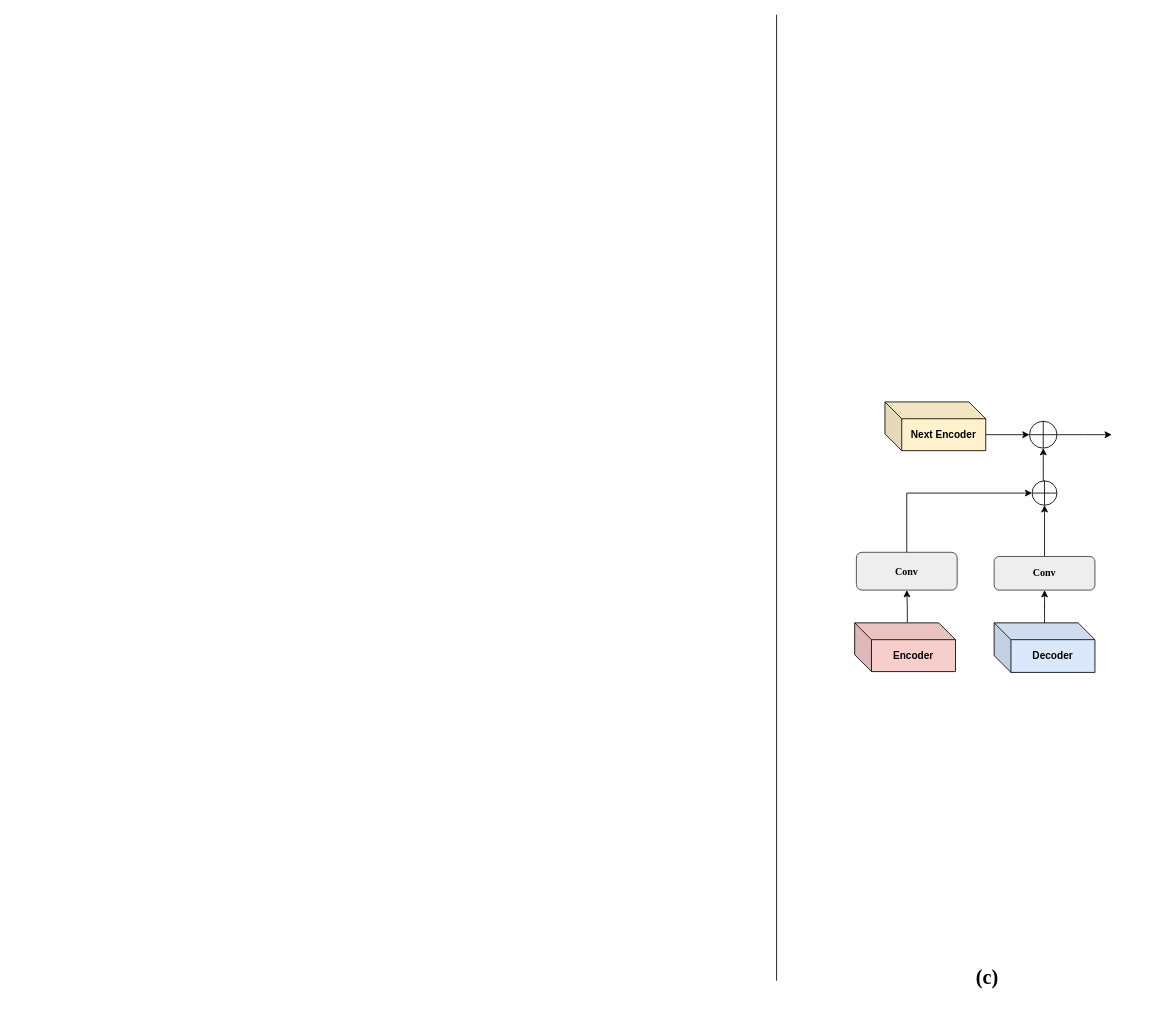
Earlier version of the draw.io diagram Supersive.drawio (user815886724/Drawio). Source tidied: cells renumbered, new cells numbered last; positions are measured from the earlier drawing's top-left corner, leaving out a move shared by most shapes. Both pictures are drawn from the tidied source at 84%, with x=0, y=0 at pixel (776, 14).
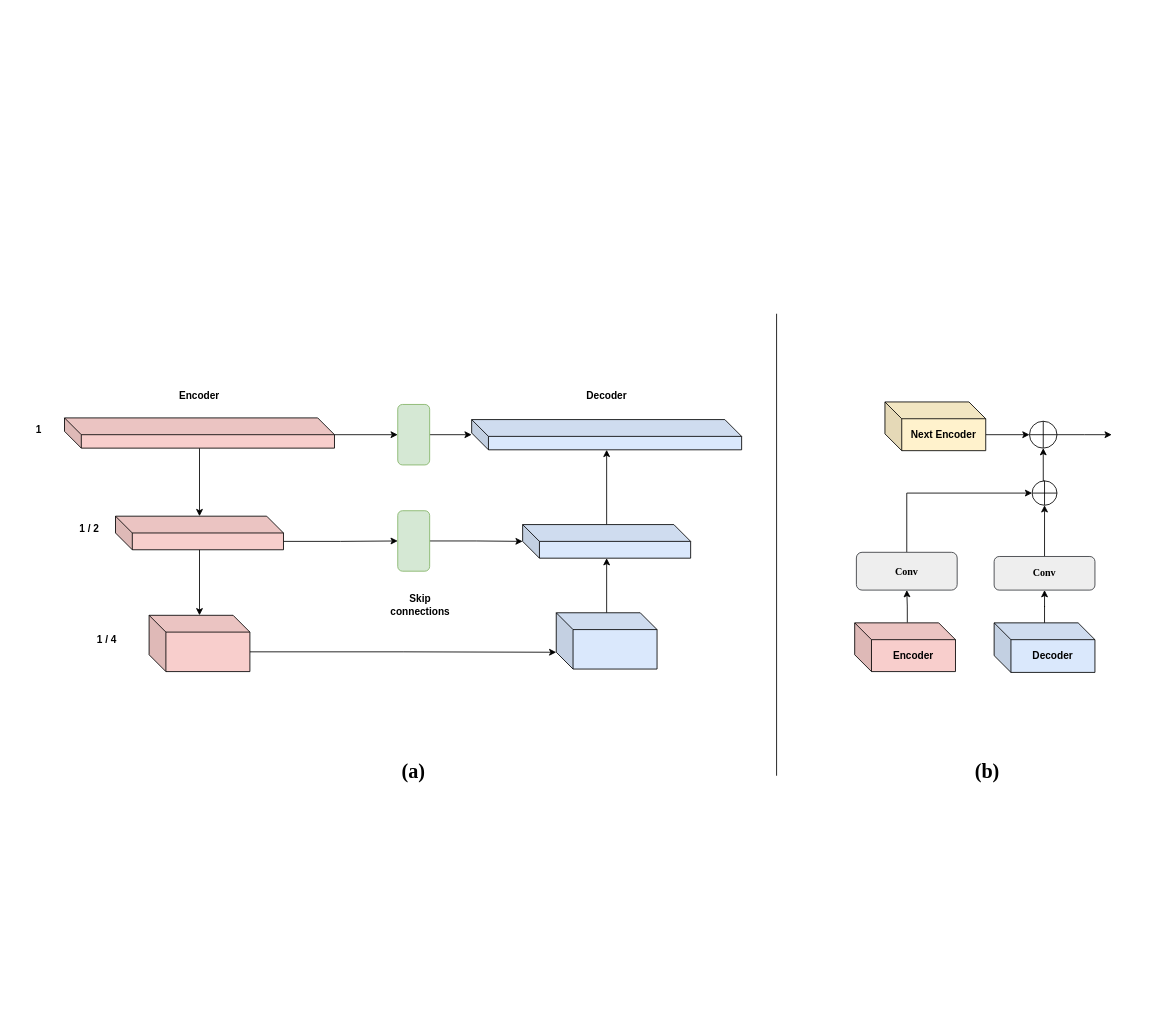
The same page after the edit.

Change to the diagram source:
```diff
@@
     <mxCell id="2" style="endArrow=none;html=1;rounded=0;fontStyle=1;" parent="1" edge="1">
       <mxGeometry relative="1" as="geometry">
-        <mxPoint y="1150" as="sourcePoint" />
-        <mxPoint as="targetPoint" />
+        <mxPoint y="906" as="sourcePoint" />
+        <mxPoint y="356" as="targetPoint" />
       </mxGeometry>
     </mxCell>
@@
-    <mxCell id="14" value="&lt;h1&gt;(c)&lt;/h1&gt;" style="text;html=1;strokeColor=none;fillColor=none;align=center;verticalAlign=middle;whiteSpace=wrap;rounded=0;fontFamily=Times New Roman;fontStyle=1;" parent="1" vertex="1">
-      <mxGeometry x="69" y="1102" width="364" height="90" as="geometry" />
+    <mxCell id="14" value="&lt;h1&gt;(b)&lt;/h1&gt;" style="text;html=1;strokeColor=none;fillColor=none;align=center;verticalAlign=middle;whiteSpace=wrap;rounded=0;fontFamily=Times New Roman;fontStyle=1;" parent="1" vertex="1">
+      <mxGeometry x="69" y="856" width="364" height="90" as="geometry" />
     </mxCell>
@@
+    <mxCell id="18" style="edgeStyle=orthogonalEdgeStyle;rounded=0;jettySize=auto;html=1;exitX=0;exitY=0;exitDx=120;exitDy=43.5;exitPerimeter=0;entryX=0;entryY=0;entryDx=0;entryDy=47;entryPerimeter=0;" parent="1" edge="1" source="19" target="21">
+      <mxGeometry relative="1" as="geometry" />
+    </mxCell>
+    <mxCell id="19" style="shape=cube;whiteSpace=wrap;html=1;boundedLbl=1;backgroundOutline=1;darkOpacity=0.05;darkOpacity2=0.1;fillColor=#f8cecc;strokeColor=#000000;" parent="1" vertex="1">
+      <mxGeometry x="-747" y="715" width="120" height="67" as="geometry" />
+    </mxCell>
+    <mxCell id="20" style="edgeStyle=orthogonalEdgeStyle;rounded=0;jettySize=auto;html=1;" parent="1" edge="1" source="21" target="33">
+      <mxGeometry relative="1" as="geometry" />
+    </mxCell>
+    <mxCell id="21" style="shape=cube;whiteSpace=wrap;html=1;boundedLbl=1;backgroundOutline=1;darkOpacity=0.05;darkOpacity2=0.1;fillColor=#dae8fc;strokeColor=#000000;" parent="1" vertex="1">
+      <mxGeometry x="-262.3" y="712" width="120" height="67" as="geometry" />
+    </mxCell>
+    <mxCell id="22" style="edgeStyle=orthogonalEdgeStyle;rounded=0;jettySize=auto;html=1;" parent="1" edge="1" source="24" target="19">
+      <mxGeometry relative="1" as="geometry" />
+    </mxCell>
+    <mxCell id="23" style="edgeStyle=orthogonalEdgeStyle;rounded=0;jettySize=auto;html=1;exitX=0;exitY=0;exitDx=200;exitDy=30;exitPerimeter=0;" parent="1" edge="1" source="24" target="39">
+      <mxGeometry relative="1" as="geometry" />
+    </mxCell>
+    <mxCell id="24" style="shape=cube;whiteSpace=wrap;html=1;boundedLbl=1;backgroundOutline=1;darkOpacity=0.05;darkOpacity2=0.1;fillColor=#f8cecc;strokeColor=#000000;" parent="1" vertex="1">
+      <mxGeometry x="-787" y="597" width="200" height="40" as="geometry" />
+    </mxCell>
+    <mxCell id="25" style="edgeStyle=orthogonalEdgeStyle;rounded=0;jettySize=auto;html=1;" parent="1" edge="1" source="27" target="24">
+      <mxGeometry relative="1" as="geometry" />
+    </mxCell>
+    <mxCell id="26" style="edgeStyle=orthogonalEdgeStyle;rounded=0;jettySize=auto;html=1;exitX=0;exitY=0;exitDx=321.43;exitDy=20;exitPerimeter=0;entryX=0;entryY=0.5;entryDx=0;entryDy=0;" parent="1" edge="1" source="27" target="37">
+      <mxGeometry relative="1" as="geometry" />
+    </mxCell>
+    <mxCell id="27" style="shape=cube;whiteSpace=wrap;html=1;boundedLbl=1;backgroundOutline=1;darkOpacity=0.05;darkOpacity2=0.1;fillColor=#f8cecc;strokeColor=#000000;" parent="1" vertex="1">
+      <mxGeometry x="-847.7" y="480" width="321.4" height="36" as="geometry" />
+    </mxCell>
+    <mxCell id="28" value="&lt;b&gt;1&lt;/b&gt;" style="text;html=1;strokeColor=none;fillColor=none;align=center;verticalAlign=middle;whiteSpace=wrap;rounded=0;" parent="1" vertex="1">
+      <mxGeometry x="-907.7" y="480" width="60" height="30" as="geometry" />
+    </mxCell>
+    <mxCell id="29" value="&lt;b&gt;1 / 2&lt;/b&gt;" style="text;html=1;strokeColor=none;fillColor=none;align=center;verticalAlign=middle;whiteSpace=wrap;rounded=0;" parent="1" vertex="1">
+      <mxGeometry x="-847.7" y="597" width="60" height="30" as="geometry" />
+    </mxCell>
+    <mxCell id="30" value="&lt;b&gt;1 / 4&lt;/b&gt;" style="text;html=1;strokeColor=none;fillColor=none;align=center;verticalAlign=middle;whiteSpace=wrap;rounded=0;" parent="1" vertex="1">
+      <mxGeometry x="-827" y="729" width="60" height="30" as="geometry" />
+    </mxCell>
+    <mxCell id="31" value="&lt;b&gt;Encoder&lt;/b&gt;" style="text;html=1;strokeColor=none;fillColor=none;align=center;verticalAlign=middle;whiteSpace=wrap;rounded=0;" parent="1" vertex="1">
+      <mxGeometry x="-717" y="439" width="60" height="30" as="geometry" />
+    </mxCell>
+    <mxCell id="32" style="edgeStyle=orthogonalEdgeStyle;rounded=0;jettySize=auto;html=1;" parent="1" edge="1" source="33" target="34">
+      <mxGeometry relative="1" as="geometry" />
+    </mxCell>
+    <mxCell id="33" style="shape=cube;whiteSpace=wrap;html=1;boundedLbl=1;backgroundOutline=1;darkOpacity=0.05;darkOpacity2=0.1;fillColor=#dae8fc;strokeColor=#000000;" parent="1" vertex="1">
+      <mxGeometry x="-302.3" y="607" width="200" height="40" as="geometry" />
+    </mxCell>
+    <mxCell id="34" style="shape=cube;whiteSpace=wrap;html=1;boundedLbl=1;backgroundOutline=1;darkOpacity=0.05;darkOpacity2=0.1;fillColor=#dae8fc;strokeColor=#000000;" parent="1" vertex="1">
+      <mxGeometry x="-363" y="482" width="321.4" height="36" as="geometry" />
+    </mxCell>
+    <mxCell id="35" value="&lt;b&gt;Decoder&lt;/b&gt;" style="text;html=1;strokeColor=none;fillColor=none;align=center;verticalAlign=middle;whiteSpace=wrap;rounded=0;" parent="1" vertex="1">
+      <mxGeometry x="-232.3" y="439" width="60" height="30" as="geometry" />
+    </mxCell>
+    <mxCell id="36" style="edgeStyle=orthogonalEdgeStyle;rounded=0;jettySize=auto;html=1;" parent="1" edge="1" source="37" target="34">
+      <mxGeometry relative="1" as="geometry" />
+    </mxCell>
+    <mxCell id="37" style="rounded=1;whiteSpace=wrap;html=1;strokeColor=#82b366;fillColor=#d5e8d4;" parent="1" vertex="1">
+      <mxGeometry x="-451" y="464" width="38" height="72" as="geometry" />
+    </mxCell>
+    <mxCell id="38" style="edgeStyle=orthogonalEdgeStyle;rounded=0;jettySize=auto;html=1;" parent="1" edge="1" source="39" target="33">
+      <mxGeometry relative="1" as="geometry" />
+    </mxCell>
+    <mxCell id="39" style="rounded=1;whiteSpace=wrap;html=1;strokeColor=#82b366;fillColor=#d5e8d4;" parent="1" vertex="1">
+      <mxGeometry x="-451" y="590.5" width="38" height="72" as="geometry" />
+    </mxCell>
+    <mxCell id="40" value="&lt;b&gt;Skip connections&lt;/b&gt;" style="text;html=1;strokeColor=none;fillColor=none;align=center;verticalAlign=middle;whiteSpace=wrap;rounded=0;" parent="1" vertex="1">
+      <mxGeometry x="-454" y="688" width="60" height="30" as="geometry" />
+    </mxCell>
+    <mxCell id="41" value="&lt;h1&gt;(a)&lt;/h1&gt;" style="text;html=1;strokeColor=none;fillColor=none;align=center;verticalAlign=middle;whiteSpace=wrap;rounded=0;fontFamily=Times New Roman;fontStyle=1;" parent="1" vertex="1">
+      <mxGeometry x="-614" y="856" width="364" height="90" as="geometry" />
+    </mxCell>
```
